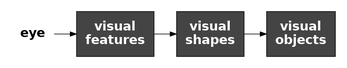
This is Diagrams/visual-processing.png from pmur002/hdvw, a Graphviz export, as it was before one commit. Its source is kept beside it as Diagrams/visual-processing.dot.
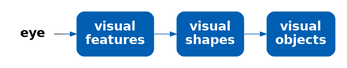
After the commit.

Change to the diagram source:
```diff
@@ -3,12 +3,12 @@
   node [ fontsize=20; fontname="sans bold"; margin=.2 ];
   eye [ label="eye"; shape=none; ]
   basic [ label="visual\nfeatures"; shape=box;
-          style=filled; fillcolor="#444444"; fontcolor=white ]
+       style="filled, rounded"; penwidth=0; fontcolor=white; fillcolor="#005FB2" ]
   shapes [ label="visual\nshapes"; shape=box;
-           style=filled; fillcolor="#444444"; fontcolor=white ]
+        style="filled, rounded"; penwidth=0; fontcolor=white; fillcolor="#005FB2" ]
   objects [ label="visual\nobjects"; shape=box;
-            style=filled; fillcolor="#444444"; fontcolor=white ]
-  eye -> basic
-  basic -> shapes
-  shapes -> objects
+         style="filled, rounded"; penwidth=0; fontcolor=white; fillcolor="#005FB2" ]
+  eye -> basic [ color="#000000;0.1:#000B14;0.1:#001528;0.1:#00203B;0.1:#002A4F;0.1:#003563;0.1:#003F77;0.1:#004A8A;0.1:#00549E;0.1:#005FB2;0.1" ]
+  basic -> shapes [ color="#005FB2" ]
+  shapes -> objects [ color="#005FB2" ]
 }
```
